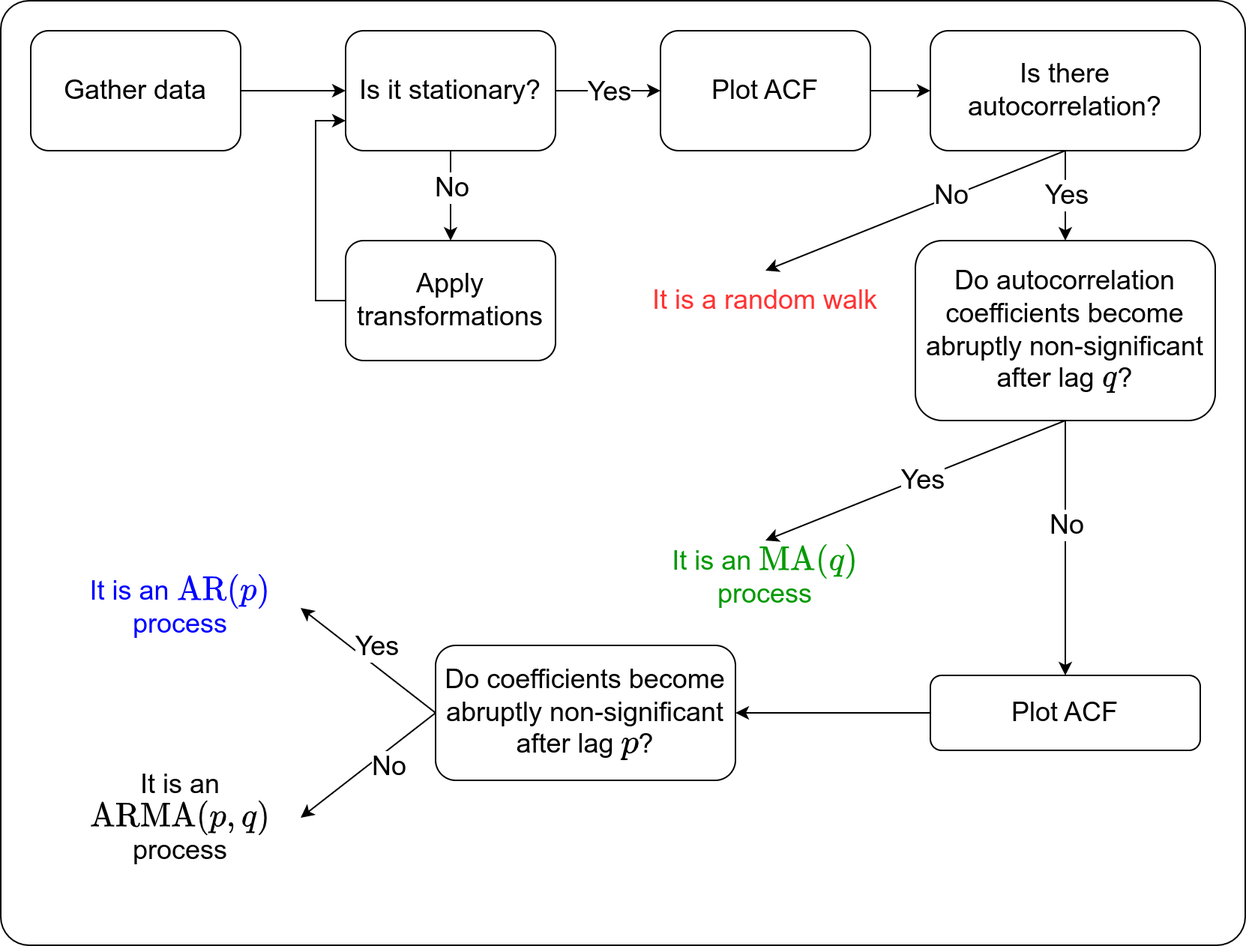
Before: figures/identify-stationary-order-arma.drawio.png, a diagram exported from draw.io (LugoBlogger/SI-201-542-forecasting-technique). Source tidied: cells renumbered, new cells last; positions are measured from the earlier drawing's top-left corner, leaving out a move shared by most shapes.
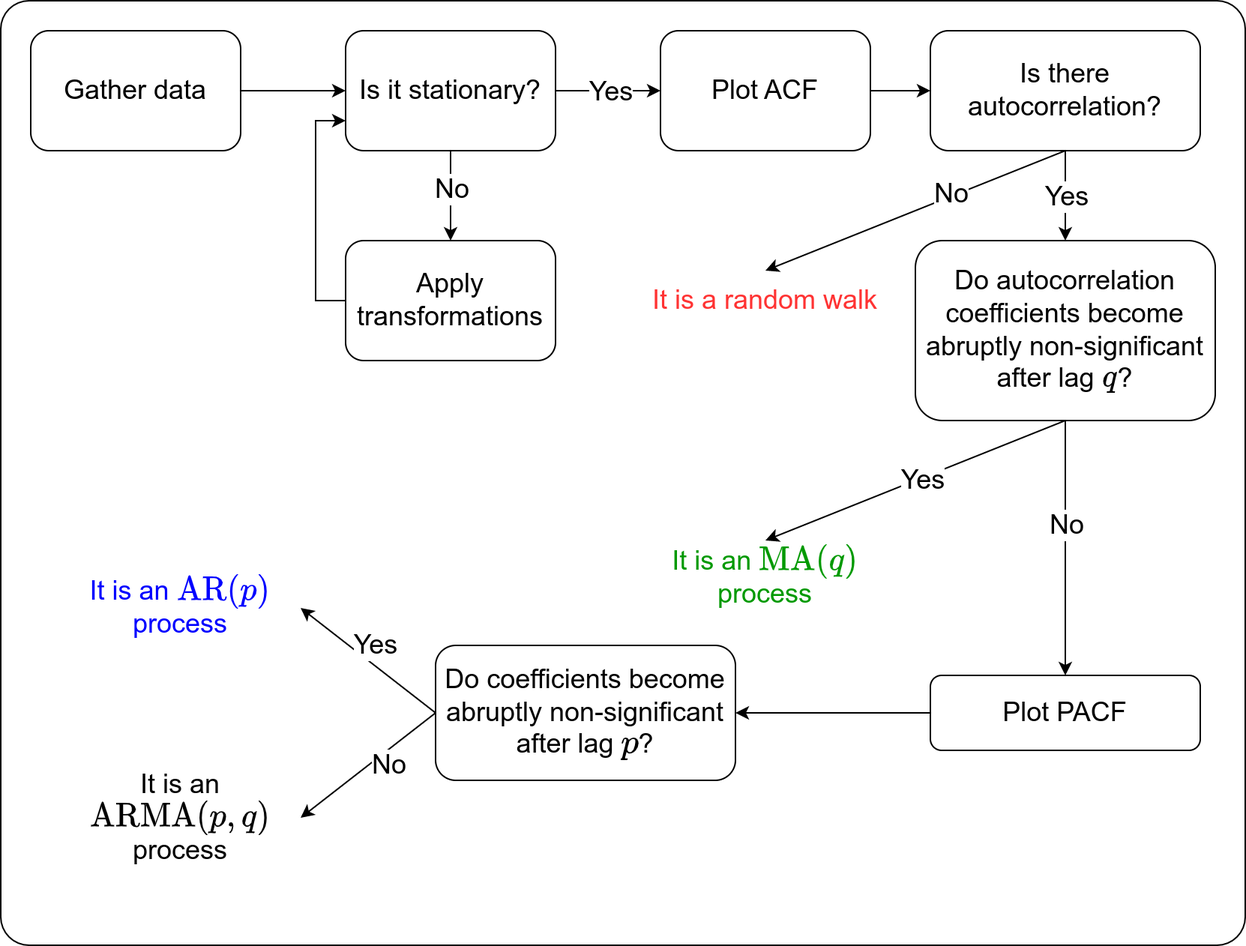
After the change.

Commit message:
fix plot label

Change to the diagram source:
```diff
@@ -87,7 +87,7 @@
     <mxCell id="25" style="rounded=0;jettySize=auto;html=1;exitX=0;exitY=0.5;exitDx=0;exitDy=0;entryX=1;entryY=0.5;entryDx=0;entryDy=0;" parent="1" edge="1" source="26" target="29">
       <mxGeometry relative="1" as="geometry" />
     </mxCell>
-    <mxCell id="26" value="&lt;font style=&quot;font-size: 18px;&quot;&gt;Plot ACF&lt;/font&gt;" style="rounded=1;whiteSpace=wrap;html=1;" parent="1" vertex="1">
+    <mxCell id="26" value="&lt;font style=&quot;font-size: 18px;&quot;&gt;Plot PACF&lt;/font&gt;" style="rounded=1;whiteSpace=wrap;html=1;" parent="1" vertex="1">
       <mxGeometry x="620" y="450" width="180" height="50" as="geometry" />
     </mxCell>
     <mxCell id="27" style="rounded=0;jettySize=auto;html=1;exitX=0;exitY=0.5;exitDx=0;exitDy=0;entryX=1;entryY=0.5;entryDx=0;entryDy=0;" parent="1" edge="1" source="29" target="30">
```
